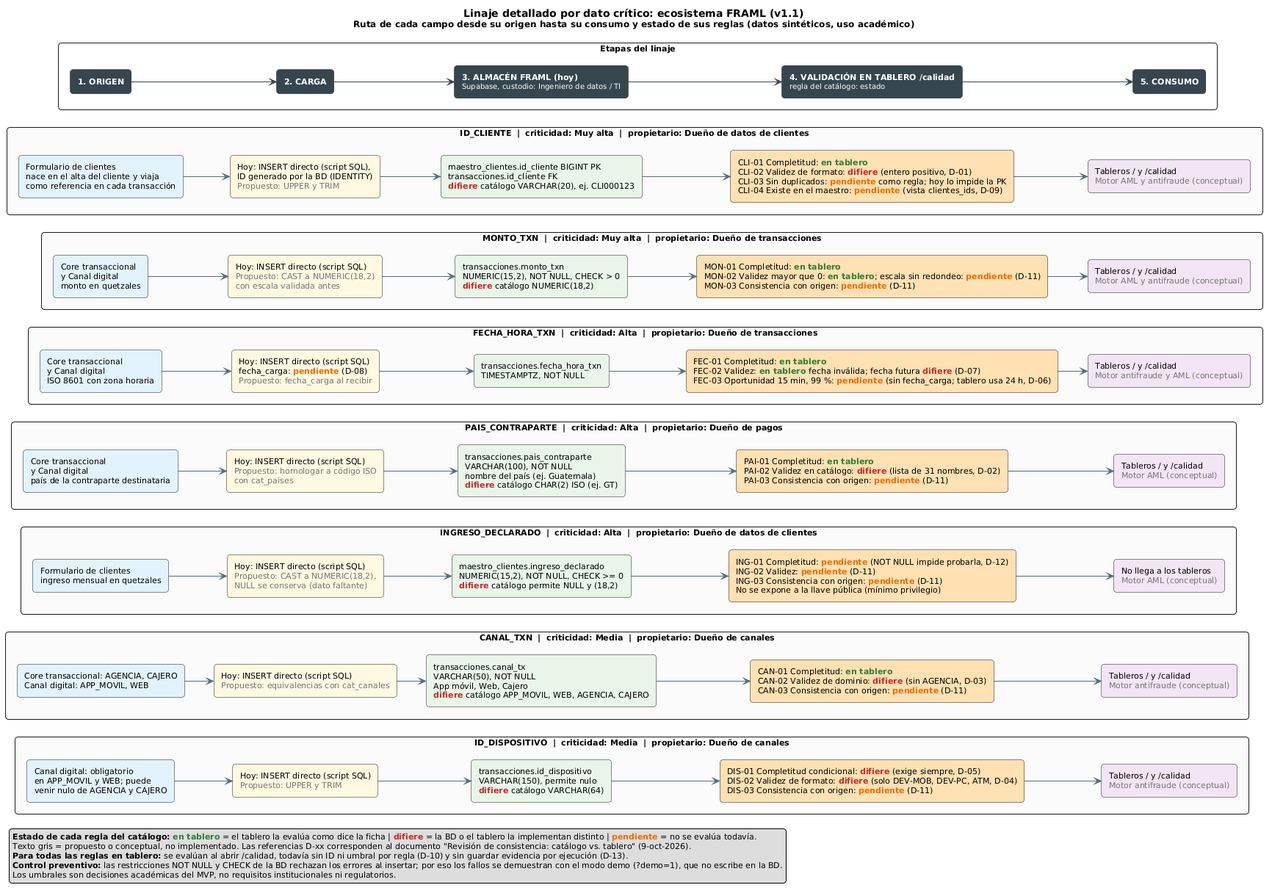
ccastellanosf-umg/Ecosistema_FRAML_Auditoria keeps this PlantUML diagram as data-lineage/linaje_detalle.png. Above is the earlier version. Its diagram source:
```plantuml
@startuml linaje_detalle

title Linaje detallado por dato crítico: ecosistema FRAML (v1.1)\n<size:12>Ruta de cada campo desde su origen hasta su consumo y estado de sus reglas (datos sintéticos, uso académico)</size>

left to right direction
skinparam shadowing false
skinparam defaultFontName Arial
skinparam defaultFontSize 11
skinparam packageStyle rectangle
skinparam packageFontSize 12
skinparam roundCorner 8
skinparam ArrowColor #546E7A
skinparam LegendFontSize 11
skinparam nodesep 14
skinparam ranksep 40

!$OK = "<color:#2E7D32>**en tablero**</color>"
!$DIF = "<color:#C62828>**difiere**</color>"
!$PEN = "<color:#EF6C00>**pendiente**</color>"


package "ID_DISPOSITIVO  |  criticidad: Media  |  propietario: Dueño de canales" as R7 #FAFAFA {
  rectangle "Canal digital: obligatorio\nen APP_MOVIL y WEB; puede\nvenir nulo de AGENCIA y CAJERO" as O7 #E3F2FD
  rectangle "Hoy: INSERT directo (script SQL)\n<color:#757575>Propuesto: UPPER y TRIM</color>" as T7 #FFF8E1
  rectangle "transacciones.id_dispositivo\nVARCHAR(150), permite nulo\n$DIF catálogo VARCHAR(64)" as A7 #E8F5E9
  rectangle "DIS-01 Completitud condicional: $DIF (exige siempre, D-05)\nDIS-02 Validez de formato: $DIF (solo DEV-MOB, DEV-PC, ATM, D-04)\nDIS-03 Consistencia con origen: $PEN (D-11)" as V7 #FFE0B2
  rectangle "Tableros / y /calidad\n<color:#757575>Motor antifraude (conceptual)</color>" as C7 #F3E5F5
}
O7 --> T7
T7 --> A7
A7 --> V7
V7 --> C7

package "CANAL_TXN  |  criticidad: Media  |  propietario: Dueño de canales" as R6 #FAFAFA {
  rectangle "Core transaccional: AGENCIA, CAJERO\nCanal digital: APP_MOVIL, WEB" as O6 #E3F2FD
  rectangle "Hoy: INSERT directo (script SQL)\n<color:#757575>Propuesto: equivalencias con cat_canales</color>" as T6 #FFF8E1
  rectangle "transacciones.canal_tx\nVARCHAR(50), NOT NULL\nApp móvil, Web, Cajero\n$DIF catálogo APP_MOVIL, WEB, AGENCIA, CAJERO" as A6 #E8F5E9
  rectangle "CAN-01 Completitud: $OK\nCAN-02 Validez de dominio: $DIF (sin AGENCIA, D-03)\nCAN-03 Consistencia con origen: $PEN (D-11)" as V6 #FFE0B2
  rectangle "Tableros / y /calidad\n<color:#757575>Motor antifraude (conceptual)</color>" as C6 #F3E5F5
}
O6 --> T6
T6 --> A6
A6 --> V6
V6 --> C6

package "INGRESO_DECLARADO  |  criticidad: Alta  |  propietario: Dueño de datos de clientes" as R5 #FAFAFA {
  rectangle "Formulario de clientes\ningreso mensual en quetzales" as O5 #E3F2FD
  rectangle "Hoy: INSERT directo (script SQL)\n<color:#757575>Propuesto: CAST a NUMERIC(18,2),</color>\n<color:#757575>NULL se conserva (dato faltante)</color>" as T5 #FFF8E1
  rectangle "maestro_clientes.ingreso_declarado\nNUMERIC(15,2), NOT NULL, CHECK >= 0\n$DIF catálogo permite NULL y (18,2)" as A5 #E8F5E9
  rectangle "ING-01 Completitud: $PEN (NOT NULL impide probarla, D-12)\nING-02 Validez: $PEN (D-11)\nING-03 Consistencia con origen: $PEN (D-11)\nNo se expone a la llave pública (mínimo privilegio)" as V5 #FFE0B2
  rectangle "No llega a los tableros\n<color:#757575>Motor AML (conceptual)</color>" as C5 #F3E5F5
}
O5 --> T5
T5 --> A5
A5 --> V5
V5 --> C5

package "PAIS_CONTRAPARTE  |  criticidad: Alta  |  propietario: Dueño de pagos" as R4 #FAFAFA {
  rectangle "Core transaccional\ny Canal digital\npaís de la contraparte destinataria" as O4 #E3F2FD
  rectangle "Hoy: INSERT directo (script SQL)\n<color:#757575>Propuesto: homologar a código ISO</color>\n<color:#757575>con cat_paises</color>" as T4 #FFF8E1
  rectangle "transacciones.pais_contraparte\nVARCHAR(100), NOT NULL\nnombre del país (ej. Guatemala)\n$DIF catálogo CHAR(2) ISO (ej. GT)" as A4 #E8F5E9
  rectangle "PAI-01 Completitud: $OK\nPAI-02 Validez en catálogo: $DIF (lista de 31 nombres, D-02)\nPAI-03 Consistencia con origen: $PEN (D-11)" as V4 #FFE0B2
  rectangle "Tableros / y /calidad\n<color:#757575>Motor AML (conceptual)</color>" as C4 #F3E5F5
}
O4 --> T4
T4 --> A4
A4 --> V4
V4 --> C4

package "FECHA_HORA_TXN  |  criticidad: Alta  |  propietario: Dueño de transacciones" as R3 #FAFAFA {
  rectangle "Core transaccional\ny Canal digital\nISO 8601 con zona horaria" as O3 #E3F2FD
  rectangle "Hoy: INSERT directo (script SQL)\nfecha_carga: $PEN (D-08)\n<color:#757575>Propuesto: fecha_carga al recibir</color>" as T3 #FFF8E1
  rectangle "transacciones.fecha_hora_txn\nTIMESTAMPTZ, NOT NULL" as A3 #E8F5E9
  rectangle "FEC-01 Completitud: $OK\nFEC-02 Validez: $OK fecha inválida; fecha futura $DIF (D-07)\nFEC-03 Oportunidad 15 min, 99 %: $PEN (sin fecha_carga; tablero usa 24 h, D-06)" as V3 #FFE0B2
  rectangle "Tableros / y /calidad\n<color:#757575>Motor antifraude y AML (conceptual)</color>" as C3 #F3E5F5
}
O3 --> T3
T3 --> A3
A3 --> V3
V3 --> C3

package "MONTO_TXN  |  criticidad: Muy alta  |  propietario: Dueño de transacciones" as R2 #FAFAFA {
  rectangle "Core transaccional\ny Canal digital\nmonto en quetzales" as O2 #E3F2FD
  rectangle "Hoy: INSERT directo (script SQL)\n<color:#757575>Propuesto: CAST a NUMERIC(18,2)</color>\n<color:#757575>con escala validada antes</color>" as T2 #FFF8E1
  rectangle "transacciones.monto_txn\nNUMERIC(15,2), NOT NULL, CHECK > 0\n$DIF catálogo NUMERIC(18,2)" as A2 #E8F5E9
  rectangle "MON-01 Completitud: $OK\nMON-02 Validez mayor que 0: $OK; escala sin redondeo: $PEN (D-11)\nMON-03 Consistencia con origen: $PEN (D-11)" as V2 #FFE0B2
  rectangle "Tableros / y /calidad\n<color:#757575>Motor AML y antifraude (conceptual)</color>" as C2 #F3E5F5
}
O2 --> T2
T2 --> A2
A2 --> V2
V2 --> C2

package "ID_CLIENTE  |  criticidad: Muy alta  |  propietario: Dueño de datos de clientes" as R1 #FAFAFA {
  rectangle "Formulario de clientes\nnace en el alta del cliente y viaja\ncomo referencia en cada transacción" as O1 #E3F2FD
  rectangle "Hoy: INSERT directo (script SQL),\nID generado por la BD (IDENTITY)\n<color:#757575>Propuesto: UPPER y TRIM</color>" as T1 #FFF8E1
  rectangle "maestro_clientes.id_cliente BIGINT PK\ntransacciones.id_cliente FK\n$DIF catálogo VARCHAR(20), ej. CLI000123" as A1 #E8F5E9
  rectangle "CLI-01 Completitud: $OK\nCLI-02 Validez de formato: $DIF (entero positivo, D-01)\nCLI-03 Sin duplicados: $PEN como regla; hoy lo impide la PK\nCLI-04 Existe en el maestro: $PEN (vista clientes_ids, D-09)" as V1 #FFE0B2
  rectangle "Tableros / y /calidad\n<color:#757575>Motor AML y antifraude (conceptual)</color>" as C1 #F3E5F5
}
O1 --> T1
T1 --> A1
A1 --> V1
V1 --> C1

package "Etapas del linaje" as HP #FFFFFF {
  rectangle "<color:white>**1. ORIGEN**</color>" as H1 #37474F
  rectangle "<color:white>**2. CARGA**</color>" as H2 #37474F
  rectangle "<color:white>**3. ALMACÉN FRAML (hoy)**</color>\n<color:white><size:10>Supabase, custodio: Ingeniero de datos / TI</size></color>" as H3 #37474F
  rectangle "<color:white>**4. VALIDACIÓN EN TABLERO /calidad**</color>\n<color:white><size:10>regla del catálogo: estado</size></color>" as H4 #37474F
  rectangle "<color:white>**5. CONSUMO**</color>" as H5 #37474F
}
H1 -[#37474F]-> H2
H2 -[#37474F]-> H3
H3 -[#37474F]-> H4
H4 -[#37474F]-> H5

legend bottom left
  **Estado de cada regla del catálogo:** <color:#2E7D32>**en tablero**</color> = el tablero la evalúa como dice la ficha | <color:#C62828>**difiere**</color> = la BD o el tablero la implementan distinto | <color:#EF6C00>**pendiente**</color> = no se evalúa todavía.
  Texto gris = propuesto o conceptual, no implementado. Las referencias D-xx corresponden al documento "Revisión de consistencia: catálogo vs. tablero" (9-oct-2026).
  **Para todas las reglas en tablero:** se evalúan al abrir /calidad, todavía sin ID ni umbral por regla (D-10) y sin guardar evidencia por ejecución (D-13).
  **Control preventivo:** las restricciones NOT NULL y CHECK de la BD rechazan los errores al insertar; por eso los fallos se demuestran con el modo demo (?demo=1), que no escribe en la BD.
  Los umbrales son decisiones académicas del MVP, no requisitos institucionales ni regulatorios.
endlegend

@enduml
```
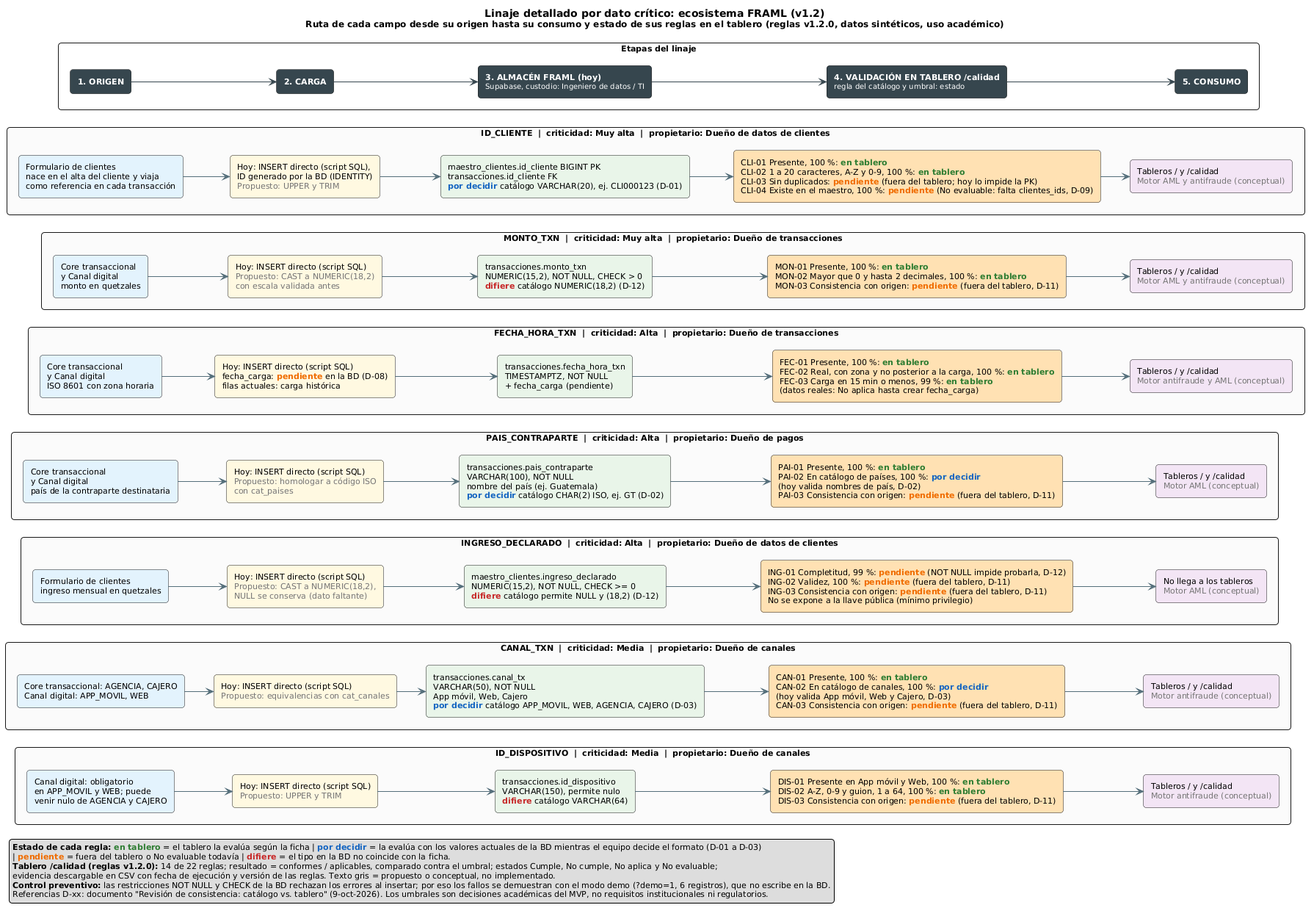
Later version of the same file.

Diff of the diagram source:
```diff
@@ -1,6 +1,6 @@
 @startuml linaje_detalle
 
-title Linaje detallado por dato crítico: ecosistema FRAML (v1.1)\n<size:12>Ruta de cada campo desde su origen hasta su consumo y estado de sus reglas (datos sintéticos, uso académico)</size>
+title Linaje detallado por dato crítico: ecosistema FRAML (v1.2)\n<size:12>Ruta de cada campo desde su origen hasta su consumo y estado de sus reglas en el tablero (reglas v1.2.0, datos sintéticos, uso académico)</size>
 
 left to right direction
 skinparam shadowing false
@@ -15,15 +15,16 @@
 skinparam ranksep 40
 
 !$OK = "<color:#2E7D32>**en tablero**</color>"
+!$DEC = "<color:#1565C0>**por decidir**</color>"
+!$PEN = "<color:#EF6C00>**pendiente**</color>"
 !$DIF = "<color:#C62828>**difiere**</color>"
-!$PEN = "<color:#EF6C00>**pendiente**</color>"
 
 
 package "ID_DISPOSITIVO  |  criticidad: Media  |  propietario: Dueño de canales" as R7 #FAFAFA {
   rectangle "Canal digital: obligatorio\nen APP_MOVIL y WEB; puede\nvenir nulo de AGENCIA y CAJERO" as O7 #E3F2FD
   rectangle "Hoy: INSERT directo (script SQL)\n<color:#757575>Propuesto: UPPER y TRIM</color>" as T7 #FFF8E1
   rectangle "transacciones.id_dispositivo\nVARCHAR(150), permite nulo\n$DIF catálogo VARCHAR(64)" as A7 #E8F5E9
-  rectangle "DIS-01 Completitud condicional: $DIF (exige siempre, D-05)\nDIS-02 Validez de formato: $DIF (solo DEV-MOB, DEV-PC, ATM, D-04)\nDIS-03 Consistencia con origen: $PEN (D-11)" as V7 #FFE0B2
+  rectangle "DIS-01 Presente en App móvil y Web, 100 %: $OK\nDIS-02 A-Z, 0-9 y guion, 1 a 64, 100 %: $OK\nDIS-03 Consistencia con origen: $PEN (fuera del tablero, D-11)" as V7 #FFE0B2
   rectangle "Tableros / y /calidad\n<color:#757575>Motor antifraude (conceptual)</color>" as C7 #F3E5F5
 }
 O7 --> T7
@@ -34,8 +35,8 @@
 package "CANAL_TXN  |  criticidad: Media  |  propietario: Dueño de canales" as R6 #FAFAFA {
   rectangle "Core transaccional: AGENCIA, CAJERO\nCanal digital: APP_MOVIL, WEB" as O6 #E3F2FD
   rectangle "Hoy: INSERT directo (script SQL)\n<color:#757575>Propuesto: equivalencias con cat_canales</color>" as T6 #FFF8E1
-  rectangle "transacciones.canal_tx\nVARCHAR(50), NOT NULL\nApp móvil, Web, Cajero\n$DIF catálogo APP_MOVIL, WEB, AGENCIA, CAJERO" as A6 #E8F5E9
-  rectangle "CAN-01 Completitud: $OK\nCAN-02 Validez de dominio: $DIF (sin AGENCIA, D-03)\nCAN-03 Consistencia con origen: $PEN (D-11)" as V6 #FFE0B2
+  rectangle "transacciones.canal_tx\nVARCHAR(50), NOT NULL\nApp móvil, Web, Cajero\n$DEC catálogo APP_MOVIL, WEB, AGENCIA, CAJERO (D-03)" as A6 #E8F5E9
+  rectangle "CAN-01 Presente, 100 %: $OK\nCAN-02 En catálogo de canales, 100 %: $DEC\n(hoy valida App móvil, Web y Cajero, D-03)\nCAN-03 Consistencia con origen: $PEN (fuera del tablero, D-11)" as V6 #FFE0B2
   rectangle "Tableros / y /calidad\n<color:#757575>Motor antifraude (conceptual)</color>" as C6 #F3E5F5
 }
 O6 --> T6
@@ -46,8 +47,8 @@
 package "INGRESO_DECLARADO  |  criticidad: Alta  |  propietario: Dueño de datos de clientes" as R5 #FAFAFA {
   rectangle "Formulario de clientes\ningreso mensual en quetzales" as O5 #E3F2FD
   rectangle "Hoy: INSERT directo (script SQL)\n<color:#757575>Propuesto: CAST a NUMERIC(18,2),</color>\n<color:#757575>NULL se conserva (dato faltante)</color>" as T5 #FFF8E1
-  rectangle "maestro_clientes.ingreso_declarado\nNUMERIC(15,2), NOT NULL, CHECK >= 0\n$DIF catálogo permite NULL y (18,2)" as A5 #E8F5E9
-  rectangle "ING-01 Completitud: $PEN (NOT NULL impide probarla, D-12)\nING-02 Validez: $PEN (D-11)\nING-03 Consistencia con origen: $PEN (D-11)\nNo se expone a la llave pública (mínimo privilegio)" as V5 #FFE0B2
+  rectangle "maestro_clientes.ingreso_declarado\nNUMERIC(15,2), NOT NULL, CHECK >= 0\n$DIF catálogo permite NULL y (18,2) (D-12)" as A5 #E8F5E9
+  rectangle "ING-01 Completitud, 99 %: $PEN (NOT NULL impide probarla, D-12)\nING-02 Validez, 100 %: $PEN (fuera del tablero, D-11)\nING-03 Consistencia con origen: $PEN (fuera del tablero, D-11)\nNo se expone a la llave pública (mínimo privilegio)" as V5 #FFE0B2
   rectangle "No llega a los tableros\n<color:#757575>Motor AML (conceptual)</color>" as C5 #F3E5F5
 }
 O5 --> T5
@@ -58,8 +59,8 @@
 package "PAIS_CONTRAPARTE  |  criticidad: Alta  |  propietario: Dueño de pagos" as R4 #FAFAFA {
   rectangle "Core transaccional\ny Canal digital\npaís de la contraparte destinataria" as O4 #E3F2FD
   rectangle "Hoy: INSERT directo (script SQL)\n<color:#757575>Propuesto: homologar a código ISO</color>\n<color:#757575>con cat_paises</color>" as T4 #FFF8E1
-  rectangle "transacciones.pais_contraparte\nVARCHAR(100), NOT NULL\nnombre del país (ej. Guatemala)\n$DIF catálogo CHAR(2) ISO (ej. GT)" as A4 #E8F5E9
-  rectangle "PAI-01 Completitud: $OK\nPAI-02 Validez en catálogo: $DIF (lista de 31 nombres, D-02)\nPAI-03 Consistencia con origen: $PEN (D-11)" as V4 #FFE0B2
+  rectangle "transacciones.pais_contraparte\nVARCHAR(100), NOT NULL\nnombre del país (ej. Guatemala)\n$DEC catálogo CHAR(2) ISO, ej. GT (D-02)" as A4 #E8F5E9
+  rectangle "PAI-01 Presente, 100 %: $OK\nPAI-02 En catálogo de países, 100 %: $DEC\n(hoy valida nombres de país, D-02)\nPAI-03 Consistencia con origen: $PEN (fuera del tablero, D-11)" as V4 #FFE0B2
   rectangle "Tableros / y /calidad\n<color:#757575>Motor AML (conceptual)</color>" as C4 #F3E5F5
 }
 O4 --> T4
@@ -69,9 +70,9 @@
 
 package "FECHA_HORA_TXN  |  criticidad: Alta  |  propietario: Dueño de transacciones" as R3 #FAFAFA {
   rectangle "Core transaccional\ny Canal digital\nISO 8601 con zona horaria" as O3 #E3F2FD
-  rectangle "Hoy: INSERT directo (script SQL)\nfecha_carga: $PEN (D-08)\n<color:#757575>Propuesto: fecha_carga al recibir</color>" as T3 #FFF8E1
-  rectangle "transacciones.fecha_hora_txn\nTIMESTAMPTZ, NOT NULL" as A3 #E8F5E9
-  rectangle "FEC-01 Completitud: $OK\nFEC-02 Validez: $OK fecha inválida; fecha futura $DIF (D-07)\nFEC-03 Oportunidad 15 min, 99 %: $PEN (sin fecha_carga; tablero usa 24 h, D-06)" as V3 #FFE0B2
+  rectangle "Hoy: INSERT directo (script SQL)\nfecha_carga: $PEN en la BD (D-08)\nfilas actuales: carga histórica" as T3 #FFF8E1
+  rectangle "transacciones.fecha_hora_txn\nTIMESTAMPTZ, NOT NULL\n+ fecha_carga (pendiente)" as A3 #E8F5E9
+  rectangle "FEC-01 Presente, 100 %: $OK\nFEC-02 Real, con zona y no posterior a la carga, 100 %: $OK\nFEC-03 Carga en 15 min o menos, 99 %: $OK\n(datos reales: No aplica hasta crear fecha_carga)" as V3 #FFE0B2
   rectangle "Tableros / y /calidad\n<color:#757575>Motor antifraude y AML (conceptual)</color>" as C3 #F3E5F5
 }
 O3 --> T3
@@ -82,8 +83,8 @@
 package "MONTO_TXN  |  criticidad: Muy alta  |  propietario: Dueño de transacciones" as R2 #FAFAFA {
   rectangle "Core transaccional\ny Canal digital\nmonto en quetzales" as O2 #E3F2FD
   rectangle "Hoy: INSERT directo (script SQL)\n<color:#757575>Propuesto: CAST a NUMERIC(18,2)</color>\n<color:#757575>con escala validada antes</color>" as T2 #FFF8E1
-  rectangle "transacciones.monto_txn\nNUMERIC(15,2), NOT NULL, CHECK > 0\n$DIF catálogo NUMERIC(18,2)" as A2 #E8F5E9
-  rectangle "MON-01 Completitud: $OK\nMON-02 Validez mayor que 0: $OK; escala sin redondeo: $PEN (D-11)\nMON-03 Consistencia con origen: $PEN (D-11)" as V2 #FFE0B2
+  rectangle "transacciones.monto_txn\nNUMERIC(15,2), NOT NULL, CHECK > 0\n$DIF catálogo NUMERIC(18,2) (D-12)" as A2 #E8F5E9
+  rectangle "MON-01 Presente, 100 %: $OK\nMON-02 Mayor que 0 y hasta 2 decimales, 100 %: $OK\nMON-03 Consistencia con origen: $PEN (fuera del tablero, D-11)" as V2 #FFE0B2
   rectangle "Tableros / y /calidad\n<color:#757575>Motor AML y antifraude (conceptual)</color>" as C2 #F3E5F5
 }
 O2 --> T2
@@ -94,8 +95,8 @@
 package "ID_CLIENTE  |  criticidad: Muy alta  |  propietario: Dueño de datos de clientes" as R1 #FAFAFA {
   rectangle "Formulario de clientes\nnace en el alta del cliente y viaja\ncomo referencia en cada transacción" as O1 #E3F2FD
   rectangle "Hoy: INSERT directo (script SQL),\nID generado por la BD (IDENTITY)\n<color:#757575>Propuesto: UPPER y TRIM</color>" as T1 #FFF8E1
-  rectangle "maestro_clientes.id_cliente BIGINT PK\ntransacciones.id_cliente FK\n$DIF catálogo VARCHAR(20), ej. CLI000123" as A1 #E8F5E9
-  rectangle "CLI-01 Completitud: $OK\nCLI-02 Validez de formato: $DIF (entero positivo, D-01)\nCLI-03 Sin duplicados: $PEN como regla; hoy lo impide la PK\nCLI-04 Existe en el maestro: $PEN (vista clientes_ids, D-09)" as V1 #FFE0B2
+  rectangle "maestro_clientes.id_cliente BIGINT PK\ntransacciones.id_cliente FK\n$DEC catálogo VARCHAR(20), ej. CLI000123 (D-01)" as A1 #E8F5E9
+  rectangle "CLI-01 Presente, 100 %: $OK\nCLI-02 1 a 20 caracteres, A-Z y 0-9, 100 %: $OK\nCLI-03 Sin duplicados: $PEN (fuera del tablero; hoy lo impide la PK)\nCLI-04 Existe en el maestro, 100 %: $PEN (No evaluable: falta clientes_ids, D-09)" as V1 #FFE0B2
   rectangle "Tableros / y /calidad\n<color:#757575>Motor AML y antifraude (conceptual)</color>" as C1 #F3E5F5
 }
 O1 --> T1
@@ -107,7 +108,7 @@
   rectangle "<color:white>**1. ORIGEN**</color>" as H1 #37474F
   rectangle "<color:white>**2. CARGA**</color>" as H2 #37474F
   rectangle "<color:white>**3. ALMACÉN FRAML (hoy)**</color>\n<color:white><size:10>Supabase, custodio: Ingeniero de datos / TI</size></color>" as H3 #37474F
-  rectangle "<color:white>**4. VALIDACIÓN EN TABLERO /calidad**</color>\n<color:white><size:10>regla del catálogo: estado</size></color>" as H4 #37474F
+  rectangle "<color:white>**4. VALIDACIÓN EN TABLERO /calidad**</color>\n<color:white><size:10>regla del catálogo y umbral: estado</size></color>" as H4 #37474F
   rectangle "<color:white>**5. CONSUMO**</color>" as H5 #37474F
 }
 H1 -[#37474F]-> H2
@@ -116,11 +117,12 @@
 H4 -[#37474F]-> H5
 
 legend bottom left
-  **Estado de cada regla del catálogo:** <color:#2E7D32>**en tablero**</color> = el tablero la evalúa como dice la ficha | <color:#C62828>**difiere**</color> = la BD o el tablero la implementan distinto | <color:#EF6C00>**pendiente**</color> = no se evalúa todavía.
-  Texto gris = propuesto o conceptual, no implementado. Las referencias D-xx corresponden al documento "Revisión de consistencia: catálogo vs. tablero" (9-oct-2026).
-  **Para todas las reglas en tablero:** se evalúan al abrir /calidad, todavía sin ID ni umbral por regla (D-10) y sin guardar evidencia por ejecución (D-13).
-  **Control preventivo:** las restricciones NOT NULL y CHECK de la BD rechazan los errores al insertar; por eso los fallos se demuestran con el modo demo (?demo=1), que no escribe en la BD.
-  Los umbrales son decisiones académicas del MVP, no requisitos institucionales ni regulatorios.
+  **Estado de cada regla:** <color:#2E7D32>**en tablero**</color> = el tablero la evalúa según la ficha | <color:#1565C0>**por decidir**</color> = la evalúa con los valores actuales de la BD mientras el equipo decide el formato (D-01 a D-03)
+  | <color:#EF6C00>**pendiente**</color> = fuera del tablero o No evaluable todavía | <color:#C62828>**difiere**</color> = el tipo en la BD no coincide con la ficha.
+  **Tablero /calidad (reglas v1.2.0):** 14 de 22 reglas; resultado = conformes / aplicables, comparado contra el umbral; estados Cumple, No cumple, No aplica y No evaluable;
+  evidencia descargable en CSV con fecha de ejecución y versión de las reglas. Texto gris = propuesto o conceptual, no implementado.
+  **Control preventivo:** las restricciones NOT NULL y CHECK de la BD rechazan los errores al insertar; por eso los fallos se demuestran con el modo demo (?demo=1, 6 registros), que no escribe en la BD.
+  Referencias D-xx: documento "Revisión de consistencia: catálogo vs. tablero" (9-oct-2026). Los umbrales son decisiones académicas del MVP, no requisitos institucionales ni regulatorios.
 endlegend
 
 @enduml
```
